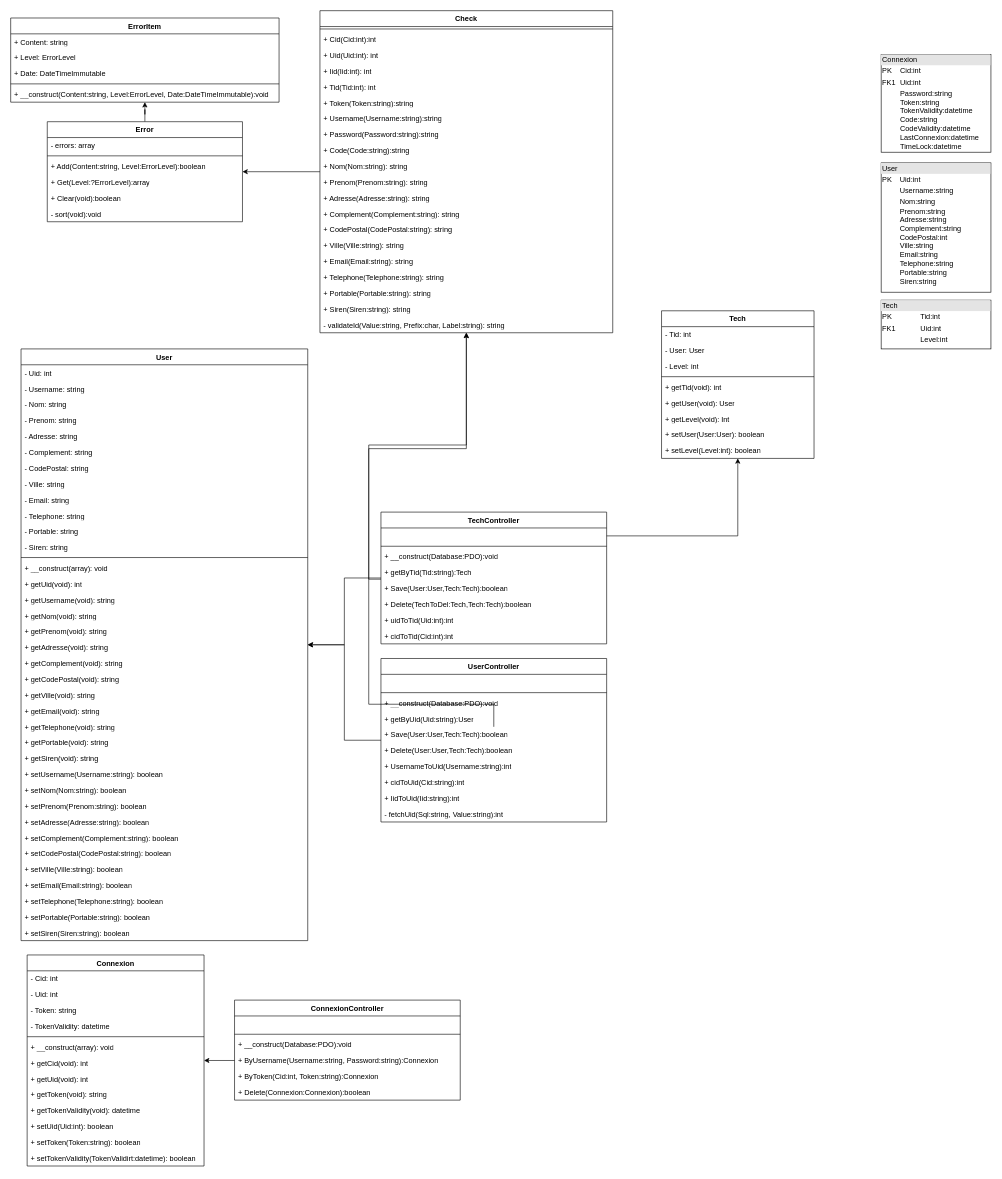
Above: Docs/Diagram/ClassDiagram.drawio in ROYJohan08/RJI-User.royjohan.fr (draw.io), before the change. Source tidied: cells renumbered, new cells numbered last; positions are measured from the earlier drawing's top-left corner, leaving out a move shared by most shapes. Both pictures are drawn from the tidied source at 61%, with x=0, y=0 at pixel (10, 10).
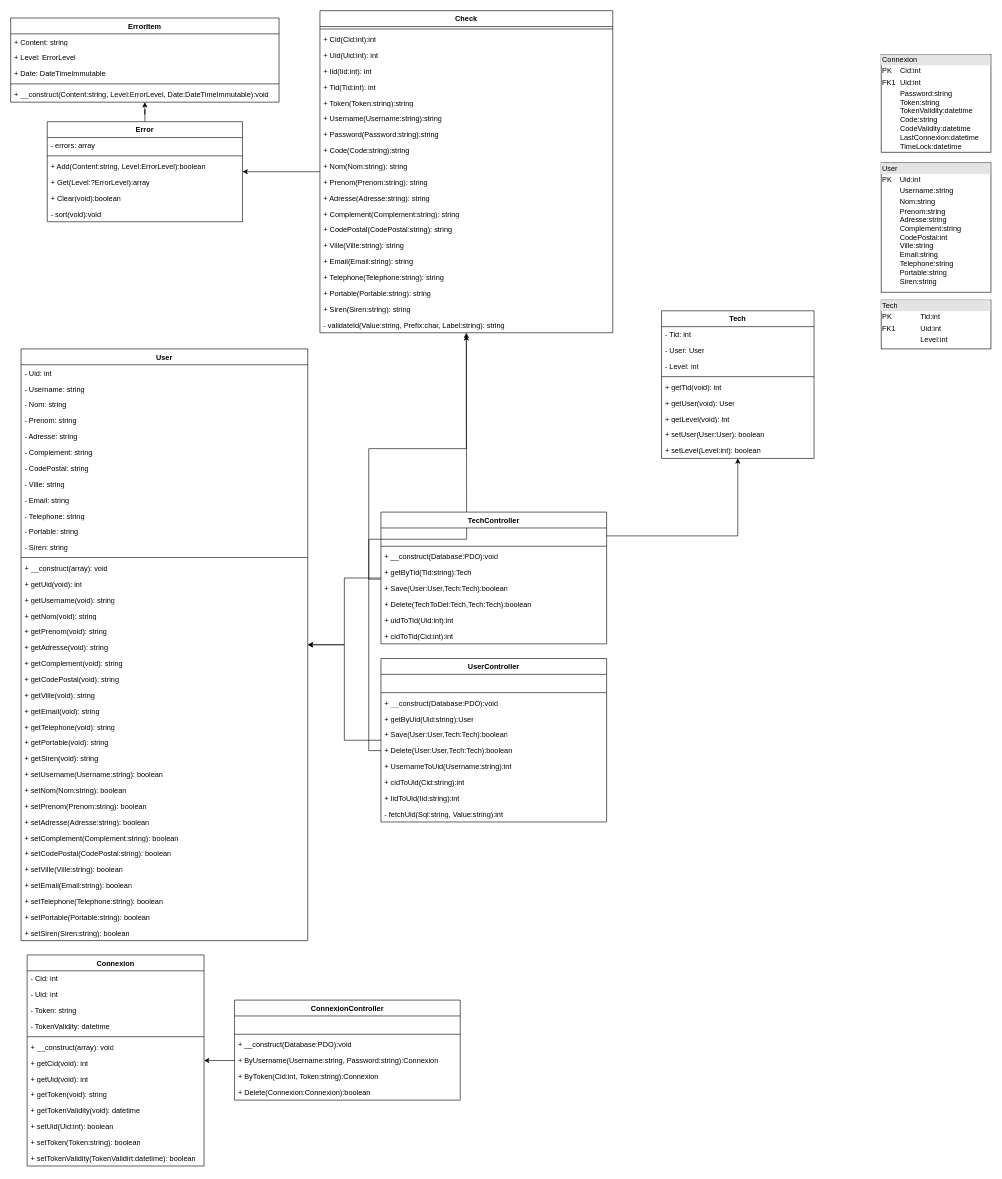
After the change.

The change refers to these unchanged cells:
```xml
<mxCell id="44" value="Check" style="swimlane;fontStyle=1;align=center;verticalAlign=top;horizontal=1;startSize=26;whiteSpace=wrap;html=1;" parent="1" vertex="1">
  <mxGeometry x="507" width="480" height="528" as="geometry" />
</mxCell>
<mxCell id="74" value="UserController" style="swimlane;fontStyle=1;align=center;verticalAlign=top;horizontal=1;startSize=26;whiteSpace=wrap;html=1;" parent="1" vertex="1">
  <mxGeometry x="607" y="1062" width="370" height="268" as="geometry" />
</mxCell>
<mxCell id="79" value="+ Save(User:User,Tech:Tech):boolean" style="text;strokeColor=none;fillColor=none;align=left;verticalAlign=top;spacingLeft=4;spacingRight=4;overflow=hidden;points=[[0,0.5],[1,0.5]];portConstraint=eastwest;whiteSpace=wrap;html=1;" parent="74" vertex="1">
  <mxGeometry y="112" width="370" height="26" as="geometry" />
</mxCell>
<mxCell id="80" value="+ Delete(User:User,Tech:Tech):boolean" style="text;strokeColor=none;fillColor=none;align=left;verticalAlign=top;spacingLeft=4;spacingRight=4;overflow=hidden;points=[[0,0.5],[1,0.5]];portConstraint=eastwest;whiteSpace=wrap;html=1;" parent="74" vertex="1">
  <mxGeometry y="138" width="370" height="26" as="geometry" />
</mxCell>
```

What changed in the source:
```diff
@@
+    <mxCell id="136" style="edgeStyle=orthogonalEdgeStyle;rounded=0;jettySize=auto;html=1;" parent="74" edge="1" source="80">
+      <mxGeometry relative="1" as="geometry">
+        <mxPoint x="140" y="-530" as="targetPoint" />
+      </mxGeometry>
+    </mxCell>
@@
-    <mxCell id="112" style="edgeStyle=orthogonalEdgeStyle;rounded=0;jettySize=auto;html=1;" parent="1" edge="1" source="79" target="44">
-      <mxGeometry relative="1" as="geometry">
-        <Array as="points">
-          <mxPoint x="587" y="1137" />
-          <mxPoint x="587" y="712" />
-          <mxPoint x="747" y="712" />
-        </Array>
-      </mxGeometry>
-    </mxCell>
```
